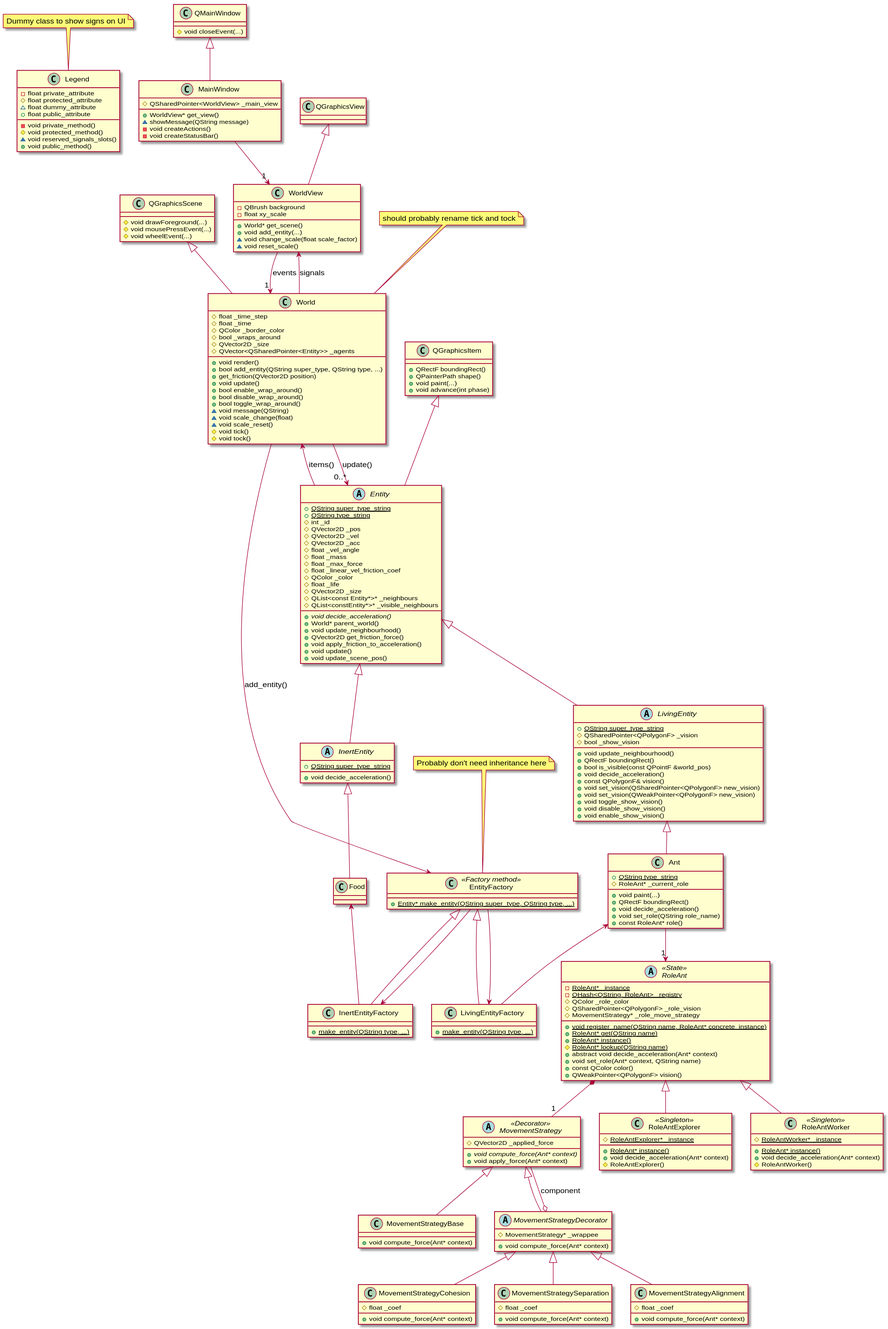
Above: specs/class_diagram.svg in gagbo/emergence (PlantUML), before the change. Its source is kept beside it as specs/class_diagram.puml.
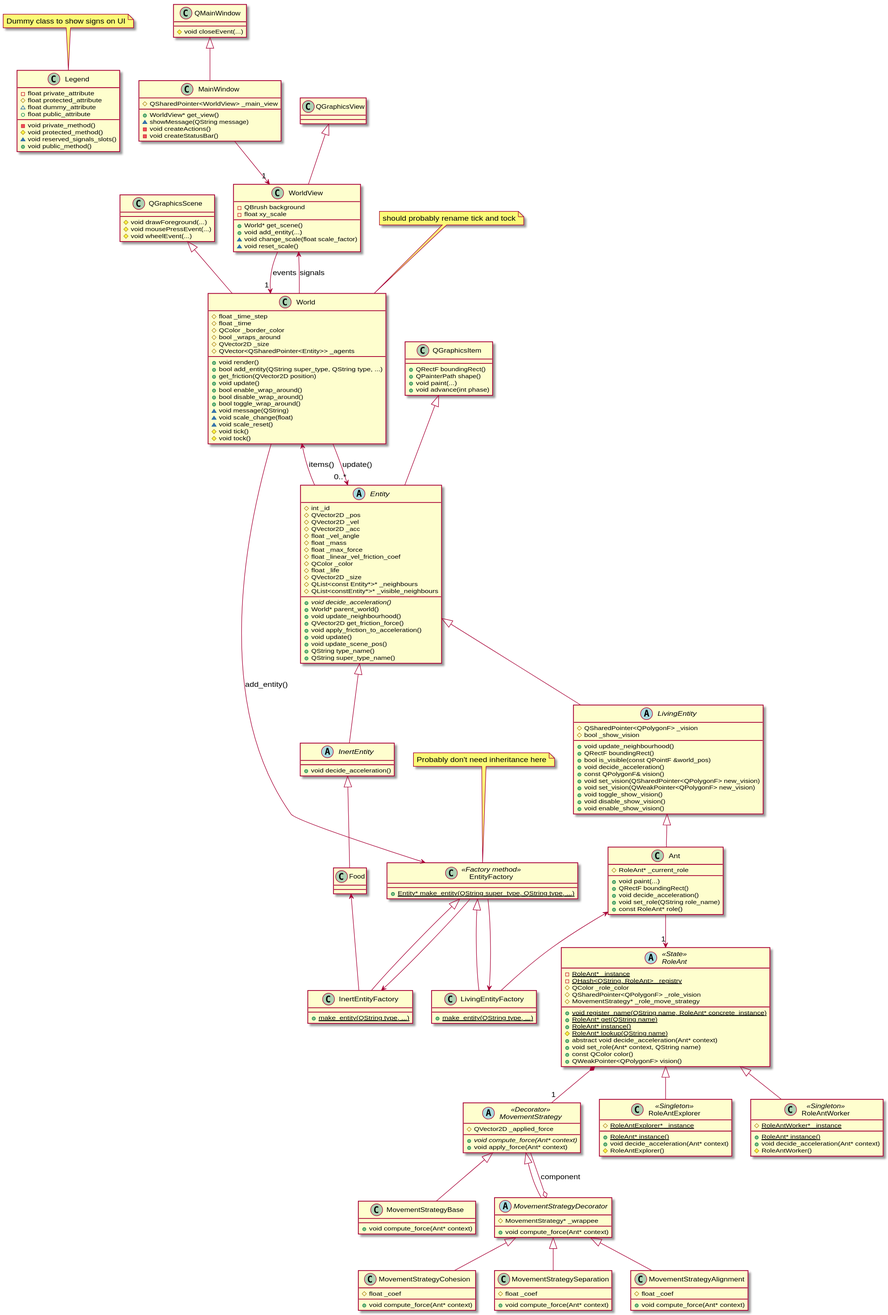
Later version of the same file.

The edit, as a diff of the source:
```diff
@@ -75,9 +75,6 @@
 note top: should probably rename tick and tock
 
 abstract class Entity {
-+{static} QString super_type_string
-+{static} QString type_string
-
 #int _id
 #QVector2D _pos
 #QVector2D _vel
@@ -99,10 +96,11 @@
 +void apply_friction_to_acceleration()
 +void update()
 +void update_scene_pos()
++QString type_name()
++QString super_type_name()
 }
 
 abstract class LivingEntity {
-+{static} QString super_type_string
 #QSharedPointer<QPolygonF> _vision
 #bool _show_vision
 
@@ -119,12 +117,10 @@
 }
 
 abstract class InertEntity {
-+{static} QString super_type_string
 +void decide_acceleration()
 }
 
 class Ant {
-+{static} QString type_string
 #RoleAnt* _current_role
 
 +void paint(...)
```
